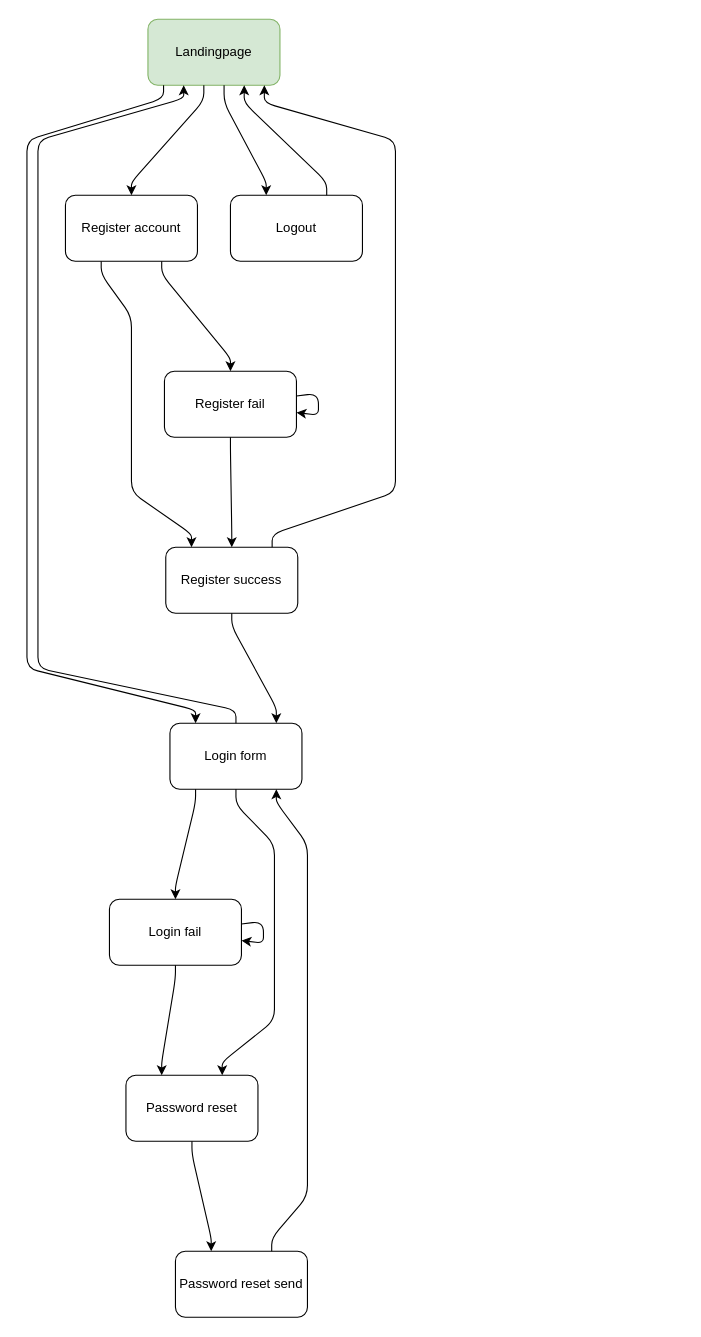
Above: page "Account" (1 of 2) of Designs.drawio in proficientcoder/public_exchange (draw.io), before the change. Source tidied: cells renumbered, new cells numbered last; positions are measured from the earlier drawing's top-left corner, leaving out a move shared by most shapes. Both pictures are drawn from the tidied source at 110%, with x=0, y=0 at pixel (26, 19).
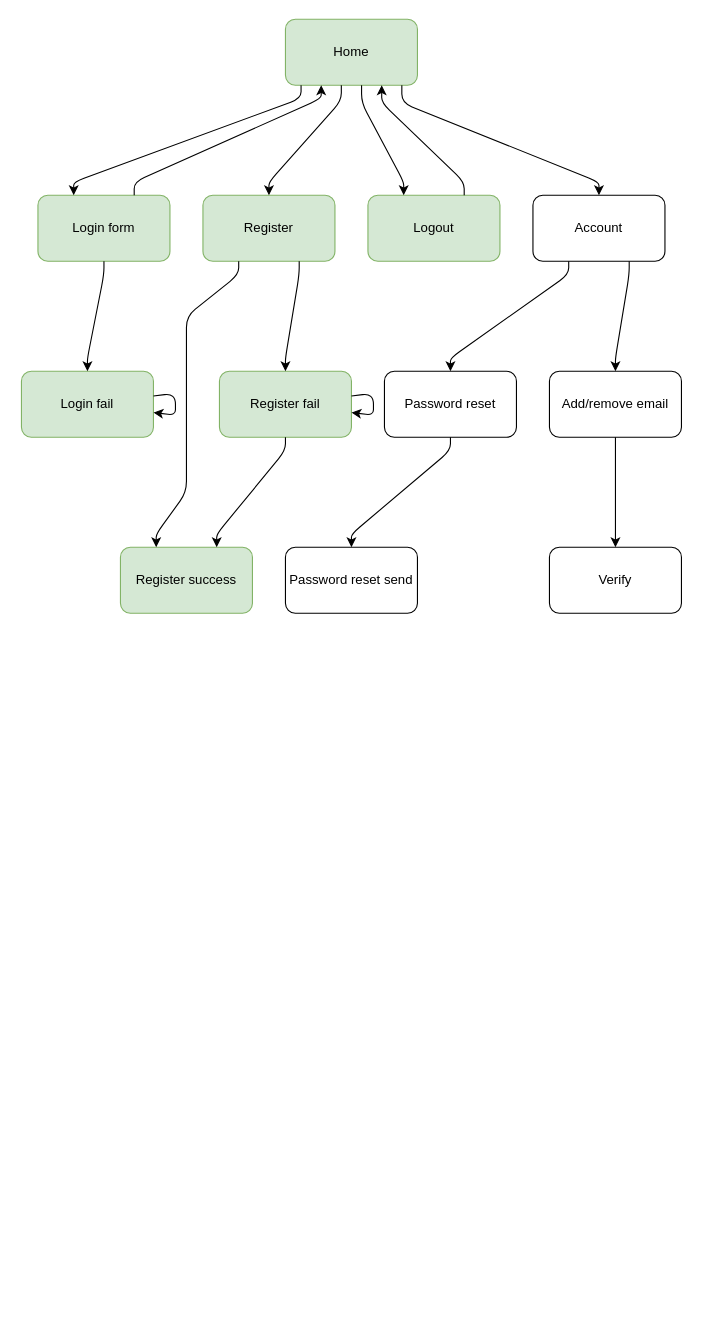
The same diagram, later.

Diff of the diagram source:
```diff
@@
-    <mxCell id="2" value="Landingpage" style="rounded=1;whiteSpace=wrap;html=1;fillColor=#d5e8d4;strokeColor=#82b366;" parent="1" vertex="1">
-      <mxGeometry x="110" width="120" height="60" as="geometry" />
+    <mxCell id="2" value="Home" style="rounded=1;whiteSpace=wrap;html=1;fillColor=#d5e8d4;strokeColor=#82b366;" parent="1" vertex="1">
+      <mxGeometry x="235" width="120" height="60" as="geometry" />
     </mxCell>
-    <mxCell id="3" value="Register account" style="rounded=1;whiteSpace=wrap;html=1;" parent="1" vertex="1">
-      <mxGeometry x="35" y="160" width="120" height="60" as="geometry" />
+    <mxCell id="3" value="Register" style="rounded=1;whiteSpace=wrap;html=1;fillColor=#d5e8d4;strokeColor=#82b366;" parent="1" vertex="1">
+      <mxGeometry x="160" y="160" width="120" height="60" as="geometry" />
     </mxCell>
-    <mxCell id="4" value="Login form" style="rounded=1;whiteSpace=wrap;html=1;" parent="1" vertex="1">
-      <mxGeometry x="130" y="640" width="120" height="60" as="geometry" />
+    <mxCell id="4" value="Login form" style="rounded=1;whiteSpace=wrap;html=1;fillColor=#d5e8d4;strokeColor=#82b366;" parent="1" vertex="1">
+      <mxGeometry x="10" y="160" width="120" height="60" as="geometry" />
     </mxCell>
     <mxCell id="5" style="endArrow=classic;html=1;noEdgeStyle=1;orthogonal=1;" parent="1" edge="1" source="2" target="4">
       <mxGeometry relative="1" as="geometry">
         <Array as="points">
-          <mxPoint x="124.2" y="72" />
-          <mxPoint y="110" />
-          <mxPoint y="270" />
-          <mxPoint y="270" />
-          <mxPoint y="430" />
-          <mxPoint y="430" />
-          <mxPoint y="590" />
-          <mxPoint x="153.3" y="628" />
+          <mxPoint x="249.2" y="72" />
+          <mxPoint x="42.5" y="148" />
         </Array>
       </mxGeometry>
     </mxCell>
     <mxCell id="6" style="endArrow=classic;html=1;noEdgeStyle=1;orthogonal=1;" parent="1" edge="1" source="2" target="3">
       <mxGeometry relative="1" as="geometry">
         <Array as="points">
-          <mxPoint x="160.8" y="74" />
-          <mxPoint x="95" y="148" />
+          <mxPoint x="285.8" y="74" />
+          <mxPoint x="220" y="148" />
         </Array>
       </mxGeometry>
     </mxCell>
-    <mxCell id="7" value="Register success" style="rounded=1;whiteSpace=wrap;html=1;" parent="1" vertex="1">
-      <mxGeometry x="126.2" y="480" width="120" height="60" as="geometry" />
+    <mxCell id="7" value="Register success" style="rounded=1;whiteSpace=wrap;html=1;fillColor=#d5e8d4;strokeColor=#82b366;" parent="1" vertex="1">
+      <mxGeometry x="85" y="480" width="120" height="60" as="geometry" />
     </mxCell>
-    <mxCell id="8" value="Register fail" style="rounded=1;whiteSpace=wrap;html=1;" parent="1" vertex="1">
-      <mxGeometry x="125" y="320" width="120" height="60" as="geometry" />
+    <mxCell id="8" value="Register fail" style="rounded=1;whiteSpace=wrap;html=1;fillColor=#d5e8d4;strokeColor=#82b366;" parent="1" vertex="1">
+      <mxGeometry x="175" y="320" width="120" height="60" as="geometry" />
     </mxCell>
     <mxCell id="9" style="endArrow=classic;html=1;noEdgeStyle=1;orthogonal=1;" parent="1" edge="1" source="3" target="7">
       <mxGeometry relative="1" as="geometry">
         <Array as="points">
-          <mxPoint x="67.5" y="232" />
-          <mxPoint x="95" y="270" />
-          <mxPoint x="95" y="430" />
-          <mxPoint x="149.6" y="468" />
+          <mxPoint x="192.5" y="232" />
+          <mxPoint x="145" y="270" />
+          <mxPoint x="145" y="430" />
+          <mxPoint x="117.5" y="468" />
         </Array>
       </mxGeometry>
     </mxCell>
     <mxCell id="10" style="endArrow=classic;html=1;noEdgeStyle=1;orthogonal=1;" parent="1" edge="1" source="3" target="8">
       <mxGeometry relative="1" as="geometry">
         <Array as="points">
-          <mxPoint x="122.5" y="232" />
-          <mxPoint x="185" y="308" />
+          <mxPoint x="247.5" y="232" />
+          <mxPoint x="235" y="308" />
         </Array>
       </mxGeometry>
     </mxCell>
-    <mxCell id="11" style="endArrow=classic;html=1;noEdgeStyle=1;orthogonal=1;" parent="1" edge="1" source="7" target="4">
-      <mxGeometry relative="1" as="geometry">
-        <Array as="points">
-          <mxPoint x="186.2" y="552" />
-          <mxPoint x="226.7" y="626" />
-        </Array>
-      </mxGeometry>
-    </mxCell>
@@
     <mxCell id="13" style="endArrow=classic;html=1;noEdgeStyle=1;orthogonal=1;" parent="1" edge="1" source="8" target="7">
       <mxGeometry relative="1" as="geometry">
         <Array as="points">
-          <mxPoint x="185" y="392" />
-          <mxPoint x="186.2" y="466" />
+          <mxPoint x="235" y="392" />
+          <mxPoint x="172.5" y="468" />
         </Array>
       </mxGeometry>
     </mxCell>
-    <mxCell id="14" value="Login fail" style="rounded=1;whiteSpace=wrap;html=1;" parent="1" vertex="1">
-      <mxGeometry x="75" y="800" width="120" height="60" as="geometry" />
+    <mxCell id="14" value="Login fail" style="rounded=1;whiteSpace=wrap;html=1;fillColor=#d5e8d4;strokeColor=#82b366;" parent="1" vertex="1">
+      <mxGeometry x="-5" y="320" width="120" height="60" as="geometry" />
     </mxCell>
     <mxCell id="15" style="endArrow=classic;html=1;noEdgeStyle=1;orthogonal=1;" parent="1" edge="1" source="4" target="14">
       <mxGeometry relative="1" as="geometry">
         <Array as="points">
-          <mxPoint x="153.3" y="712" />
-          <mxPoint x="135" y="788" />
+          <mxPoint x="70" y="232" />
+          <mxPoint x="55" y="308" />
         </Array>
       </mxGeometry>
     </mxCell>
     <mxCell id="16" value="Password reset" style="rounded=1;whiteSpace=wrap;html=1;" parent="1" vertex="1">
-      <mxGeometry x="90" y="960" width="120" height="60" as="geometry" />
+      <mxGeometry x="325" y="320" width="120" height="60" as="geometry" />
     </mxCell>
-    <mxCell id="17" style="endArrow=classic;html=1;noEdgeStyle=1;orthogonal=1;" parent="1" edge="1" source="4" target="16">
-      <mxGeometry relative="1" as="geometry">
-        <Array as="points">
-          <mxPoint x="190" y="714" />
-          <mxPoint x="225" y="750" />
-          <mxPoint x="225" y="910" />
-          <mxPoint x="177.5" y="948" />
-        </Array>
-      </mxGeometry>
-    </mxCell>
-    <mxCell id="18" style="endArrow=classic;html=1;noEdgeStyle=1;orthogonal=1;" parent="1" edge="1" source="14" target="16">
-      <mxGeometry relative="1" as="geometry">
-        <Array as="points">
-          <mxPoint x="135" y="872" />
-          <mxPoint x="122.5" y="948" />
-        </Array>
-      </mxGeometry>
-    </mxCell>
@@
-    <mxCell id="20" style="endArrow=classic;html=1;noEdgeStyle=1;orthogonal=1;" parent="1" edge="1" source="7" target="2">
-      <mxGeometry relative="1" as="geometry">
-        <Array as="points">
-          <mxPoint x="222.9" y="468" />
-          <mxPoint x="335" y="430" />
-          <mxPoint x="335" y="270" />
-          <mxPoint x="335" y="270" />
-          <mxPoint x="335" y="110" />
-          <mxPoint x="215.8" y="76" />
-        </Array>
-      </mxGeometry>
-    </mxCell>
     <mxCell id="21" value="Password reset send" style="rounded=1;whiteSpace=wrap;html=1;" parent="1" vertex="1">
-      <mxGeometry x="135" y="1120" width="120" height="60" as="geometry" />
+      <mxGeometry x="235" y="480" width="120" height="60" as="geometry" />
     </mxCell>
-    <mxCell id="22" style="endArrow=classic;html=1;noEdgeStyle=1;orthogonal=1;" parent="1" edge="1" source="16" target="21">
-      <mxGeometry relative="1" as="geometry">
-        <Array as="points">
-          <mxPoint x="150" y="1032" />
-          <mxPoint x="167.5" y="1108" />
-        </Array>
-      </mxGeometry>
-    </mxCell>
-    <mxCell id="23" style="endArrow=classic;html=1;noEdgeStyle=1;orthogonal=1;" parent="1" edge="1" source="21" target="4">
-      <mxGeometry relative="1" as="geometry">
-        <Array as="points">
-          <mxPoint x="222.5" y="1108" />
-          <mxPoint x="255" y="1070" />
-          <mxPoint x="255" y="910" />
-          <mxPoint x="255" y="910" />
-          <mxPoint x="255" y="750" />
-          <mxPoint x="226.7" y="712" />
-        </Array>
-      </mxGeometry>
-    </mxCell>
-    <mxCell id="24" value="Logout" style="rounded=1;whiteSpace=wrap;html=1;" parent="1" vertex="1">
-      <mxGeometry x="185" y="160" width="120" height="60" as="geometry" />
+    <mxCell id="24" value="Logout" style="rounded=1;whiteSpace=wrap;html=1;fillColor=#d5e8d4;strokeColor=#82b366;" parent="1" vertex="1">
+      <mxGeometry x="310" y="160" width="120" height="60" as="geometry" />
     </mxCell>
     <mxCell id="25" style="endArrow=classic;html=1;noEdgeStyle=1;orthogonal=1;" parent="1" edge="1" source="2" target="24">
       <mxGeometry relative="1" as="geometry">
         <Array as="points">
-          <mxPoint x="179.2" y="76" />
-          <mxPoint x="217.5" y="148" />
+          <mxPoint x="304.2" y="76" />
+          <mxPoint x="342.5" y="148" />
         </Array>
       </mxGeometry>
     </mxCell>
     <mxCell id="26" style="endArrow=classic;html=1;noEdgeStyle=1;orthogonal=1;" parent="1" edge="1" source="24" target="2">
       <mxGeometry relative="1" as="geometry">
         <Array as="points">
-          <mxPoint x="272.5" y="148" />
-          <mxPoint x="197.5" y="76" />
+          <mxPoint x="397.5" y="148" />
+          <mxPoint x="322.5" y="76" />
         </Array>
       </mxGeometry>
     </mxCell>
     <mxCell id="27" style="endArrow=classic;html=1;noEdgeStyle=1;orthogonal=1;" parent="1" edge="1" source="4" target="2">
       <mxGeometry relative="1" as="geometry">
         <Array as="points">
-          <mxPoint x="190" y="628" />
-          <mxPoint x="10" y="590" />
-          <mxPoint x="10" y="430" />
-          <mxPoint x="10" y="430" />
-          <mxPoint x="10" y="270" />
-          <mxPoint x="10" y="270" />
-          <mxPoint x="10" y="110" />
-          <mxPoint x="142.5" y="72" />
+          <mxPoint x="97.5" y="148" />
+          <mxPoint x="267.5" y="72" />
         </Array>
       </mxGeometry>
     </mxCell>
+    <mxCell id="22" style="endArrow=classic;html=1;noEdgeStyle=1;orthogonal=1;" parent="1" edge="1" source="16" target="21">
+      <mxGeometry relative="1" as="geometry">
+        <Array as="points">
+          <mxPoint x="385" y="392" />
+          <mxPoint x="295" y="468" />
+        </Array>
+      </mxGeometry>
+    </mxCell>
+    <mxCell id="28" value="Account" style="rounded=1;whiteSpace=wrap;html=1;" parent="1" vertex="1">
+      <mxGeometry x="460" y="160" width="120" height="60" as="geometry" />
+    </mxCell>
+    <mxCell id="29" style="endArrow=classic;html=1;noEdgeStyle=1;orthogonal=1;" parent="1" edge="1" source="2" target="28">
+      <mxGeometry relative="1" as="geometry">
+        <Array as="points">
+          <mxPoint x="340.8" y="76" />
+          <mxPoint x="520" y="148" />
+        </Array>
+      </mxGeometry>
+    </mxCell>
+    <mxCell id="30" style="endArrow=classic;html=1;noEdgeStyle=1;orthogonal=1;" parent="1" edge="1" source="28" target="16">
+      <mxGeometry relative="1" as="geometry">
+        <Array as="points">
+          <mxPoint x="492.5" y="232" />
+          <mxPoint x="385" y="308" />
+        </Array>
+      </mxGeometry>
+    </mxCell>
+    <mxCell id="31" value="Add/remove email" style="rounded=1;whiteSpace=wrap;html=1;" parent="1" vertex="1">
+      <mxGeometry x="475" y="320" width="120" height="60" as="geometry" />
+    </mxCell>
+    <mxCell id="32" value="Verify" style="rounded=1;whiteSpace=wrap;html=1;" parent="1" vertex="1">
+      <mxGeometry x="475" y="480" width="120" height="60" as="geometry" />
+    </mxCell>
+    <mxCell id="33" style="endArrow=classic;html=1;noEdgeStyle=1;orthogonal=1;" parent="1" edge="1" source="28" target="31">
+      <mxGeometry relative="1" as="geometry">
+        <Array as="points">
+          <mxPoint x="547.5" y="232" />
+          <mxPoint x="535" y="308" />
+        </Array>
+      </mxGeometry>
+    </mxCell>
+    <mxCell id="34" style="endArrow=classic;html=1;noEdgeStyle=1;orthogonal=1;" parent="1" edge="1" source="31" target="32">
+      <mxGeometry relative="1" as="geometry">
+        <Array as="points">
+          <mxPoint x="535" y="392" />
+          <mxPoint x="535" y="468" />
+        </Array>
+      </mxGeometry>
+    </mxCell>
```
